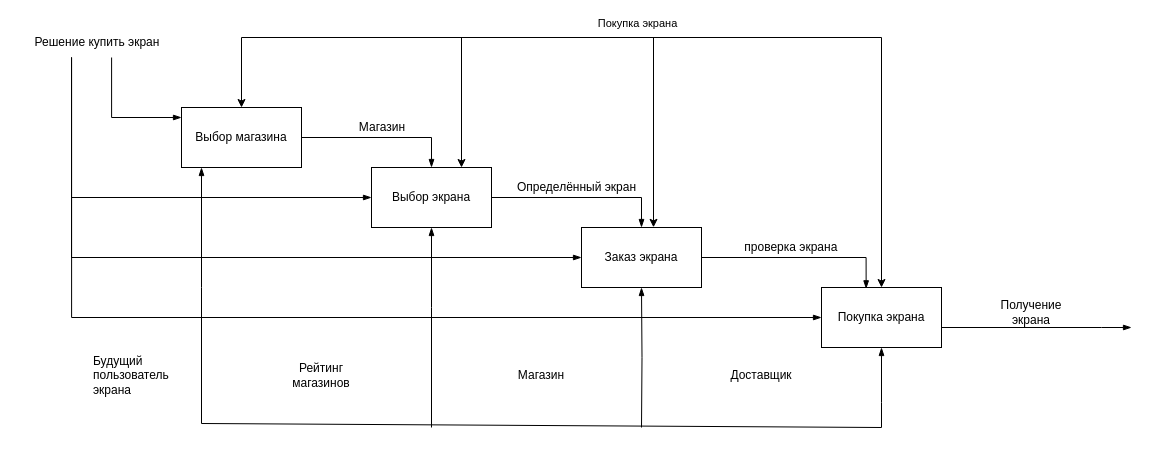
Before: предметная облость.drawio in SSEcKRI/IDEF, a draw.io diagram. Source tidied: cells renumbered, new cells numbered last; positions are measured from the earlier drawing's top-left corner, leaving out a move shared by most shapes. Both pictures are drawn from the tidied source at 100%, with x=0, y=0 at pixel (17, 27).
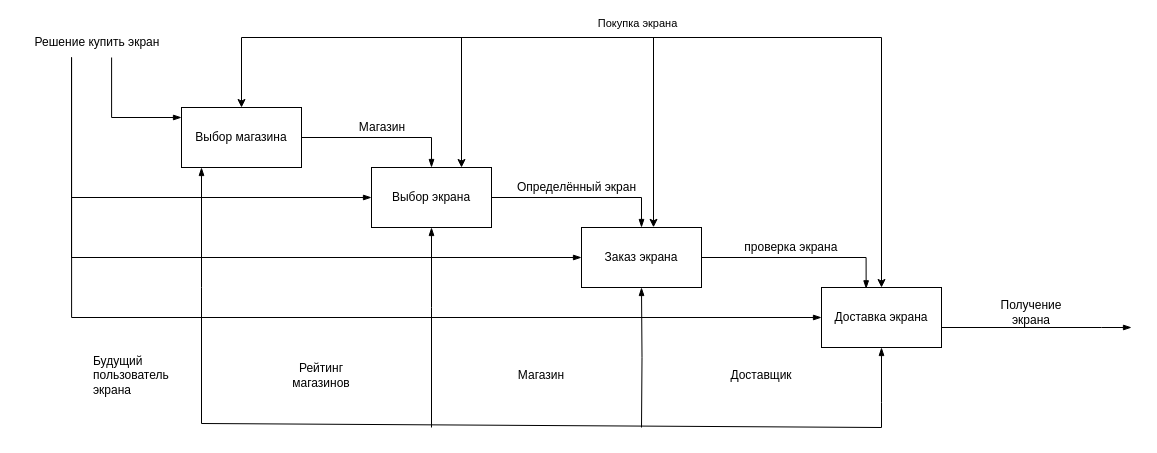
The same page after the edit.

Diff of the diagram source:
```diff
@@
-    <mxCell id="9" value="Покупка экрана" style="rounded=0;whiteSpace=wrap;html=1;fontSize=12;" parent="1" vertex="1">
+    <mxCell id="9" value="Доставка экрана" style="rounded=0;whiteSpace=wrap;html=1;fontSize=12;" parent="1" vertex="1">
       <mxGeometry x="804" y="260" width="120" height="60" as="geometry" />
     </mxCell>
```
